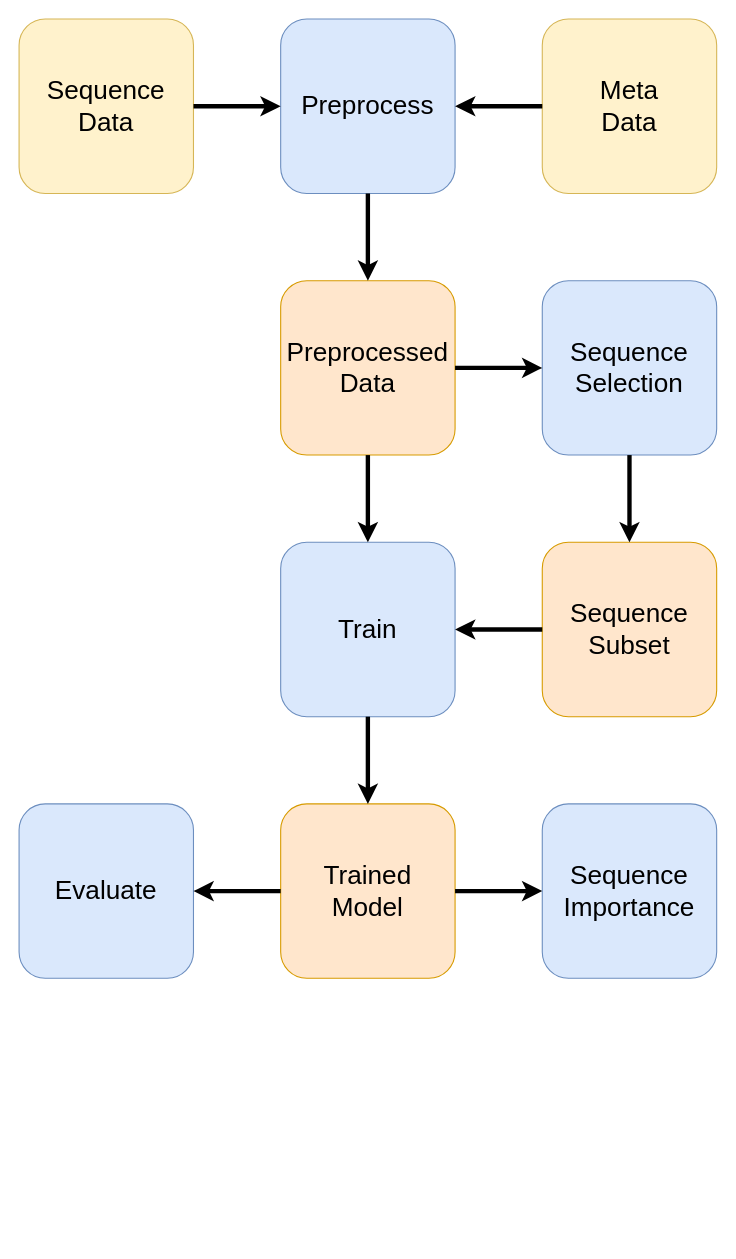
Before: page "Page-7" (7 of 7) of docs/_static/diagrams.drawio in jordan-wei-taylor/genolearn-test, a draw.io diagram. Source tidied: cells renumbered, new cells numbered last; positions are measured from the earlier drawing's top-left corner, leaving out a move shared by most shapes. Both pictures are drawn from the tidied source at 109%, with x=0, y=0 at pixel (19, 19).
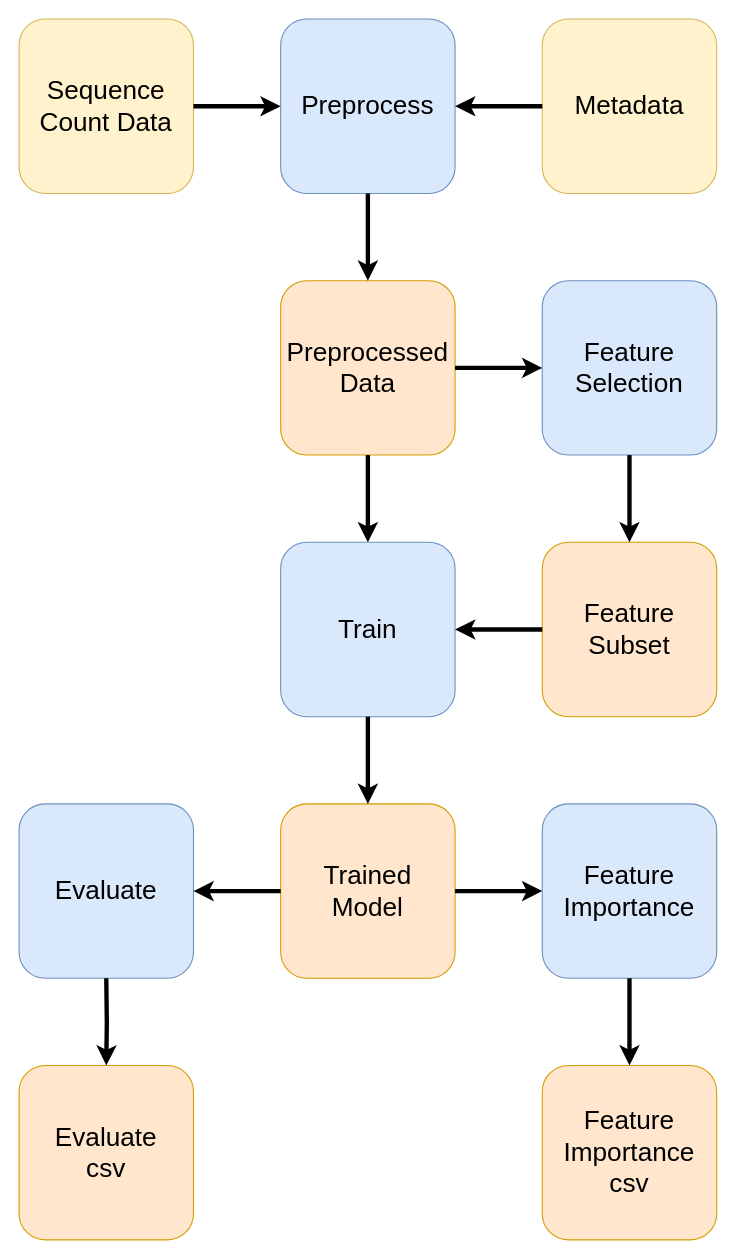
After the change.

Change to the diagram source:
```diff
@@
-    <mxCell id="2" value="Sequence&lt;br style=&quot;font-size: 24px;&quot;&gt;Data" style="rounded=1;whiteSpace=wrap;html=1;fontSize=24;fillColor=#fff2cc;strokeColor=#d6b656;" parent="1" vertex="1">
+    <mxCell id="2" value="Sequence Count Data" style="rounded=1;whiteSpace=wrap;html=1;fontSize=24;fillColor=#fff2cc;strokeColor=#d6b656;" parent="1" vertex="1">
       <mxGeometry width="160" height="160" as="geometry" />
     </mxCell>
@@
-    <mxCell id="4" value="Meta&lt;br style=&quot;font-size: 24px;&quot;&gt;Data" style="rounded=1;whiteSpace=wrap;html=1;fontSize=24;fillColor=#fff2cc;strokeColor=#d6b656;" parent="1" vertex="1">
+    <mxCell id="4" value="Metadata" style="rounded=1;whiteSpace=wrap;html=1;fontSize=24;fillColor=#fff2cc;strokeColor=#d6b656;" parent="1" vertex="1">
       <mxGeometry x="480" width="160" height="160" as="geometry" />
     </mxCell>
-    <mxCell id="5" value="Sequence&lt;br style=&quot;font-size: 24px;&quot;&gt;Selection" style="rounded=1;whiteSpace=wrap;html=1;fontSize=24;fillColor=#dae8fc;strokeColor=#6c8ebf;" parent="1" vertex="1">
+    <mxCell id="5" value="Feature&lt;br&gt;Selection" style="rounded=1;whiteSpace=wrap;html=1;fontSize=24;fillColor=#dae8fc;strokeColor=#6c8ebf;" parent="1" vertex="1">
       <mxGeometry x="480" y="240" width="160" height="160" as="geometry" />
     </mxCell>
@@
-    <mxCell id="8" value="Sequence&lt;br style=&quot;font-size: 24px;&quot;&gt;Subset" style="rounded=1;whiteSpace=wrap;html=1;fontSize=24;fillColor=#ffe6cc;strokeColor=#d79b00;" parent="1" vertex="1">
+    <mxCell id="8" value="Feature&lt;br&gt;Subset" style="rounded=1;whiteSpace=wrap;html=1;fontSize=24;fillColor=#ffe6cc;strokeColor=#d79b00;" parent="1" vertex="1">
       <mxGeometry x="480" y="480" width="160" height="160" as="geometry" />
     </mxCell>
@@
-    <mxCell id="10" value="Sequence&lt;br style=&quot;font-size: 24px;&quot;&gt;Importance" style="rounded=1;whiteSpace=wrap;html=1;fontSize=24;fillColor=#dae8fc;strokeColor=#6c8ebf;" parent="1" vertex="1">
+    <mxCell id="10" value="Feature&lt;br&gt;Importance" style="rounded=1;whiteSpace=wrap;html=1;fontSize=24;fillColor=#dae8fc;strokeColor=#6c8ebf;" parent="1" vertex="1">
       <mxGeometry x="480" y="720" width="160" height="160" as="geometry" />
     </mxCell>
@@
+    <mxCell id="22" value="Evaluate&lt;br&gt;csv" style="rounded=1;whiteSpace=wrap;html=1;fontSize=24;fillColor=#ffe6cc;strokeColor=#d79b00;" parent="1" vertex="1">
+      <mxGeometry y="960" width="160" height="160" as="geometry" />
+    </mxCell>
+    <mxCell id="23" value="Feature&lt;br&gt;Importance&lt;br&gt;csv" style="rounded=1;whiteSpace=wrap;html=1;fontSize=24;fillColor=#ffe6cc;strokeColor=#d79b00;" parent="1" vertex="1">
+      <mxGeometry x="480" y="960" width="160" height="160" as="geometry" />
+    </mxCell>
+    <mxCell id="24" style="edgeStyle=orthogonalEdgeStyle;rounded=0;jettySize=auto;html=1;fontSize=24;strokeWidth=4;entryX=0.5;entryY=0;entryDx=0;entryDy=0;" parent="1" edge="1" target="22">
+      <mxGeometry relative="1" as="geometry">
+        <mxPoint x="80" y="880" as="sourcePoint" />
+      </mxGeometry>
+    </mxCell>
+    <mxCell id="25" style="edgeStyle=orthogonalEdgeStyle;rounded=0;jettySize=auto;html=1;fontSize=24;strokeWidth=4;entryX=0.5;entryY=0;entryDx=0;entryDy=0;exitX=0.5;exitY=1;exitDx=0;exitDy=0;" parent="1" edge="1" source="10" target="23">
+      <mxGeometry relative="1" as="geometry" />
+    </mxCell>
```
